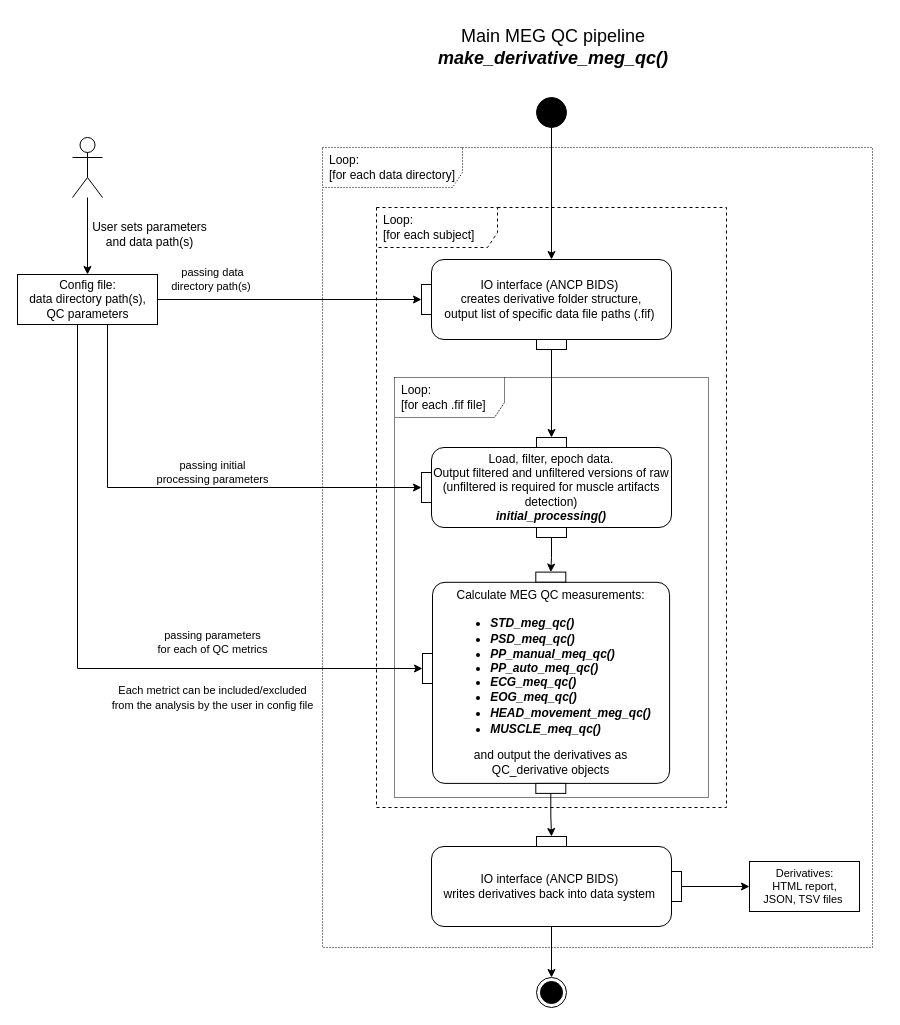
Earlier version of the draw.io diagram docs/diagrams/_main_UML2.5.drawio (oldgandalf/MEGqcJorge). Source tidied: cells renumbered, new cells numbered last; positions are measured from the earlier drawing's top-left corner, leaving out a move shared by most shapes. Both pictures are drawn from the tidied source at 100%, with x=0, y=0 at pixel (17, 17).
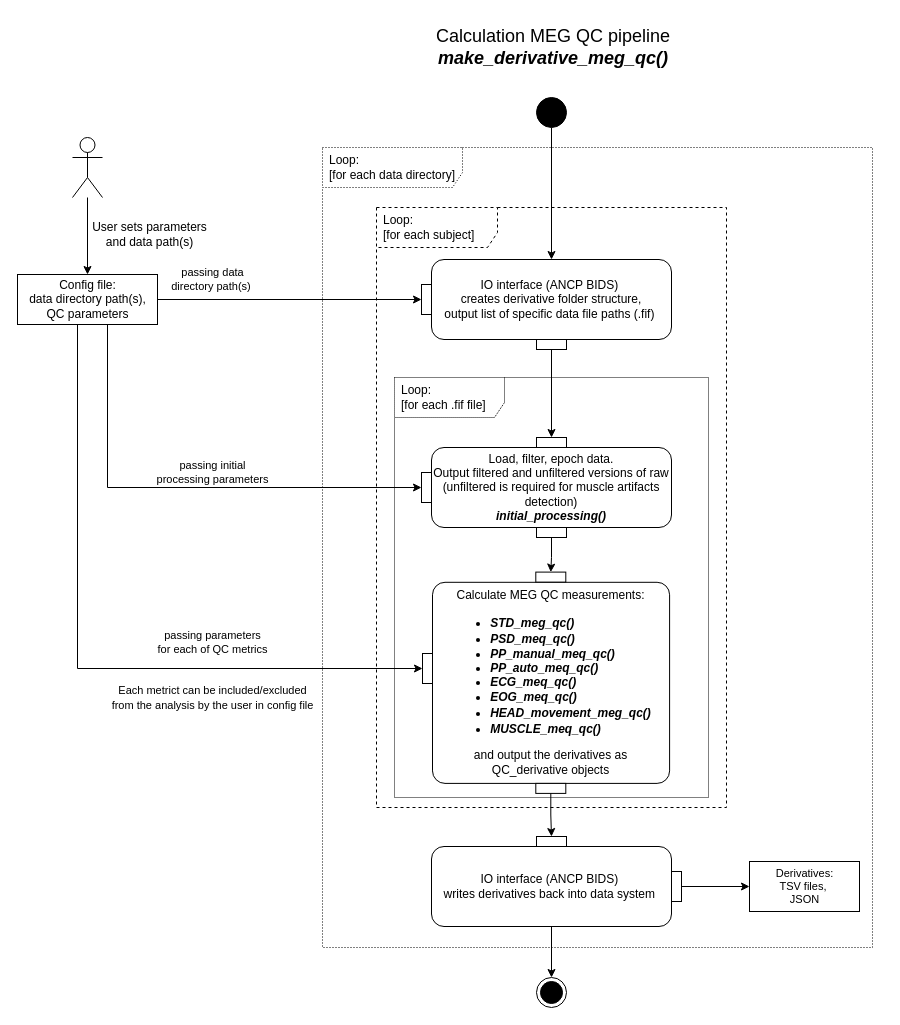
The same page after the edit.

The edit, as a diff of the source:
```diff
@@
-    <mxCell id="39" value="Derivatives: &lt;br&gt;HTML report, &lt;br&gt;JSON, TSV files&amp;nbsp;" style="html=1;fontSize=11;" parent="1" vertex="1">
+    <mxCell id="39" value="Derivatives:&lt;br&gt;&lt;div&gt;&lt;span style=&quot;background-color: initial;&quot;&gt;TSV files,&lt;/span&gt;&amp;nbsp; &lt;br&gt;JSON&lt;/div&gt;" style="html=1;fontSize=11;" parent="1" vertex="1">
       <mxGeometry x="732" y="844" width="110" height="50" as="geometry" />
     </mxCell>
@@
-    <mxCell id="41" value="&lt;font style=&quot;font-size: 18px;&quot;&gt;Main MEG QC pipeline&amp;nbsp;&lt;br&gt;&lt;b&gt;&lt;i&gt;make_derivative_meg_qc()&amp;nbsp;&lt;/i&gt;&lt;/b&gt;&lt;/font&gt;" style="text;html=1;align=center;verticalAlign=middle;strokeColor=none;fillColor=none;fontSize=11;" parent="1" vertex="1">
+    <mxCell id="41" value="&lt;font style=&quot;font-size: 18px;&quot;&gt;Calculation MEG QC pipeline&amp;nbsp;&lt;br&gt;&lt;b&gt;&lt;i&gt;make_derivative_meg_qc()&amp;nbsp;&lt;/i&gt;&lt;/b&gt;&lt;/font&gt;" style="text;html=1;align=center;verticalAlign=middle;strokeColor=none;fillColor=none;fontSize=11;" parent="1" vertex="1">
       <mxGeometry x="408" width="260" height="60" as="geometry" />
     </mxCell>
```
